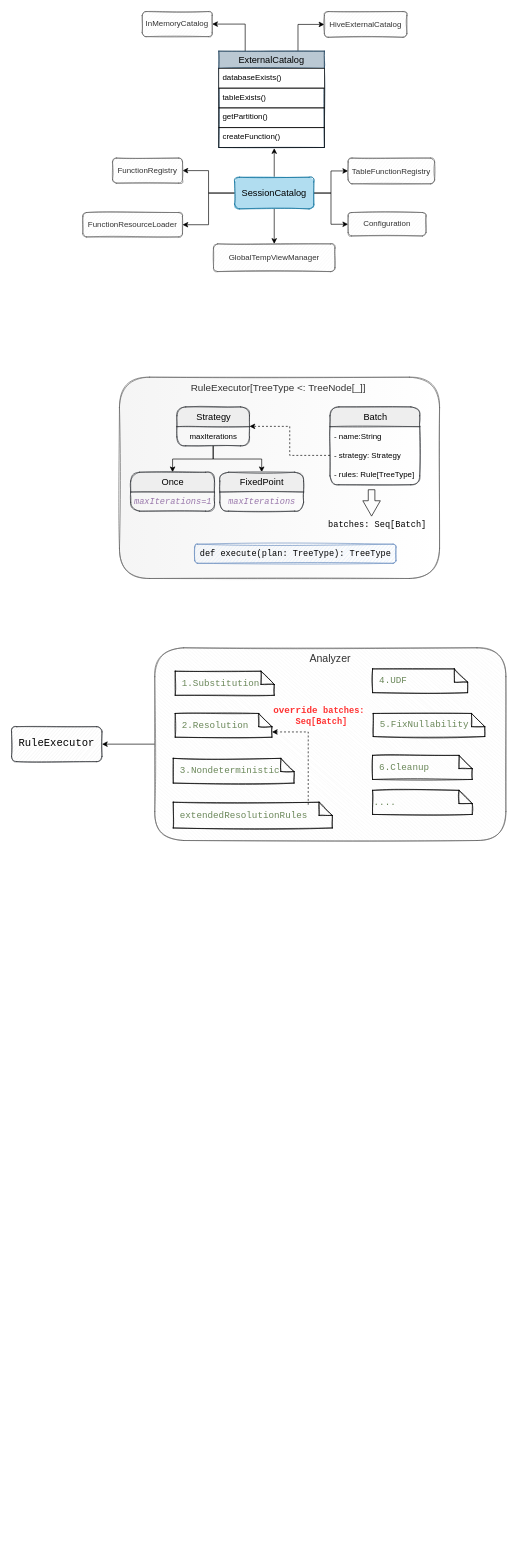
Earlier version of the draw.io diagram Analyzed_and_so_on.drawio (kirito1015/spark_source.sql). Source tidied: cells renumbered, new cells numbered last; positions are measured from the earlier drawing's top-left corner, leaving out a move shared by most shapes. Both pictures are drawn from the tidied source at 66%, with x=0, y=0 at pixel (11, 11).
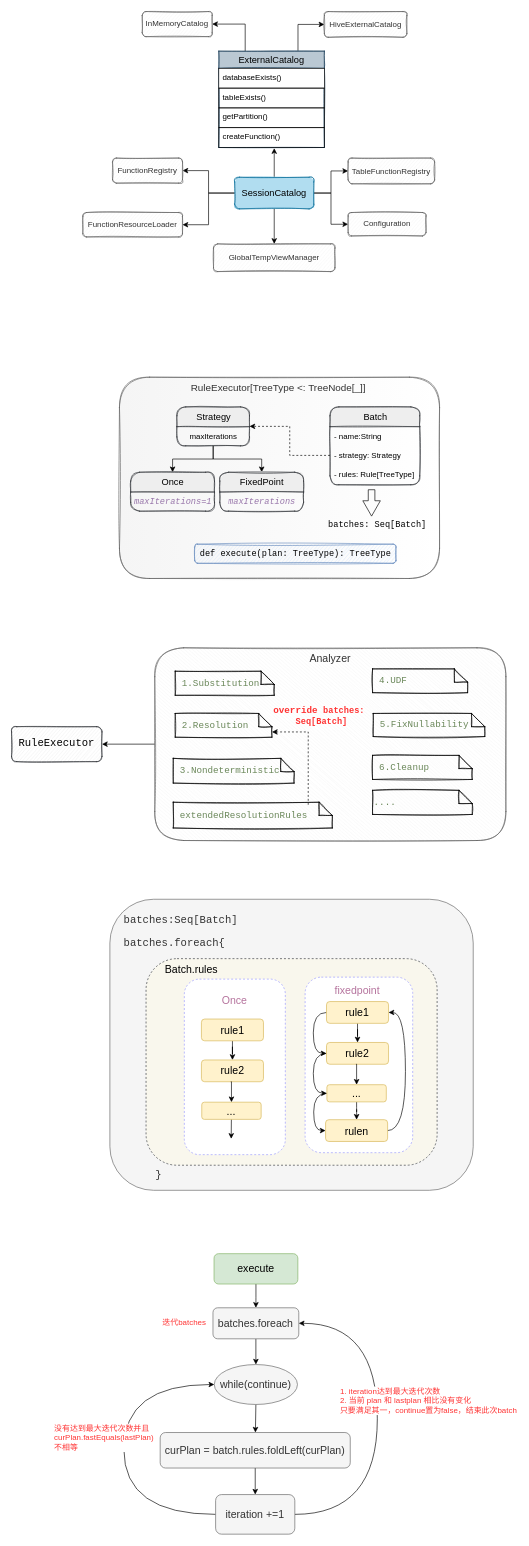
The same page after the edit.

Diff of the diagram source:
```diff
@@
+    <mxCell id="53" value="&lt;pre style=&quot;font-family: &amp;#34;jetbrains mono&amp;#34; , monospace ; font-size: 16px&quot;&gt;  batches:Seq[Batch]&lt;/pre&gt;&lt;pre style=&quot;font-family: &amp;#34;jetbrains mono&amp;#34; , monospace ; font-size: 16px&quot;&gt;  batches.foreach{&lt;/pre&gt;&lt;pre style=&quot;font-family: &amp;#34;jetbrains mono&amp;#34; , monospace ; font-size: 16px&quot;&gt;&lt;br&gt;&lt;/pre&gt;&lt;pre style=&quot;font-family: &amp;#34;jetbrains mono&amp;#34; , monospace ; font-size: 16px&quot;&gt;&lt;br&gt;&lt;/pre&gt;&lt;pre style=&quot;font-family: &amp;#34;jetbrains mono&amp;#34; , monospace ; font-size: 16px&quot;&gt;&lt;br&gt;&lt;/pre&gt;&lt;pre style=&quot;font-family: &amp;#34;jetbrains mono&amp;#34; , monospace ; font-size: 16px&quot;&gt;&lt;br&gt;&lt;/pre&gt;&lt;pre style=&quot;font-family: &amp;#34;jetbrains mono&amp;#34; , monospace ; font-size: 16px&quot;&gt;&lt;br&gt;&lt;/pre&gt;&lt;pre style=&quot;font-family: &amp;#34;jetbrains mono&amp;#34; , monospace ; font-size: 16px&quot;&gt;&lt;br&gt;&lt;/pre&gt;&lt;pre style=&quot;font-family: &amp;#34;jetbrains mono&amp;#34; , monospace ; font-size: 16px&quot;&gt;&lt;br&gt;&lt;/pre&gt;&lt;pre style=&quot;font-family: &amp;#34;jetbrains mono&amp;#34; , monospace ; font-size: 16px&quot;&gt;&lt;br&gt;&lt;/pre&gt;&lt;pre style=&quot;font-family: &amp;#34;jetbrains mono&amp;#34; , monospace ; font-size: 16px&quot;&gt;&lt;br&gt;&lt;/pre&gt;&lt;pre style=&quot;font-family: &amp;#34;jetbrains mono&amp;#34; , monospace ; font-size: 16px&quot;&gt;&lt;span style=&quot;white-space: normal&quot;&gt;&amp;nbsp; &amp;nbsp; &amp;nbsp; &amp;nbsp;}&lt;/span&gt;&lt;br&gt;&lt;/pre&gt;" style="rounded=1;whiteSpace=wrap;html=1;labelBackgroundColor=none;fontSize=16;sketch=0;shadow=0;align=left;verticalAlign=top;fillColor=#f5f5f5;strokeColor=#666666;fontColor=#333333;" parent="1" vertex="1">
+      <mxGeometry x="149" y="1345" width="550.5" height="441" as="geometry" />
+    </mxCell>
+    <mxCell id="54" value="&amp;nbsp; &amp;nbsp; &amp;nbsp; Batch.rules" style="rounded=1;whiteSpace=wrap;html=1;shadow=0;labelBackgroundColor=none;labelBorderColor=none;sketch=0;fontSize=16;align=left;verticalAlign=top;dashed=1;strokeColor=#36393d;fillColor=#f9f7ed;" parent="1" vertex="1">
+      <mxGeometry x="203.8" y="1435" width="441" height="313" as="geometry" />
+    </mxCell>
+    <mxCell id="55" style="rounded=1;whiteSpace=wrap;html=1;shadow=0;dashed=1;labelBackgroundColor=none;labelBorderColor=none;sketch=0;fontSize=16;fontColor=#B5739D;strokeColor=#9999FF;strokeWidth=1;" parent="1" vertex="1">
+      <mxGeometry x="444.8" y="1463" width="163" height="266" as="geometry" />
+    </mxCell>
+    <mxCell id="56" style="rounded=1;whiteSpace=wrap;html=1;shadow=0;dashed=1;labelBackgroundColor=none;labelBorderColor=none;sketch=0;fontSize=16;fontColor=#B5739D;strokeColor=#9999FF;strokeWidth=1;" parent="1" vertex="1">
+      <mxGeometry x="261.8" y="1466" width="153" height="266" as="geometry" />
+    </mxCell>
@@
+    <mxCell id="57" style="edgeStyle=orthogonalEdgeStyle;rounded=0;jettySize=auto;html=1;fontSize=16;fontColor=#000000;" parent="1" edge="1" source="59" target="61">
+      <mxGeometry relative="1" as="geometry" />
+    </mxCell>
+    <mxCell id="58" style="edgeStyle=orthogonalEdgeStyle;rounded=0;jettySize=auto;html=1;entryX=0;entryY=0.5;entryDx=0;entryDy=0;fontSize=16;fontColor=#000000;curved=1;exitX=0;exitY=0.5;exitDx=0;exitDy=0;" parent="1" edge="1" source="59" target="61">
+      <mxGeometry relative="1" as="geometry" />
+    </mxCell>
+    <mxCell id="59" value="&lt;font color=&quot;#000000&quot;&gt;rule1&lt;/font&gt;" style="rounded=1;whiteSpace=wrap;html=1;shadow=0;labelBackgroundColor=none;labelBorderColor=none;sketch=0;fontSize=16;fillColor=#fff2cc;strokeColor=#d6b656;" parent="1" vertex="1">
+      <mxGeometry x="477.2" y="1500" width="94" height="33" as="geometry" />
+    </mxCell>
+    <mxCell id="60" style="edgeStyle=orthogonalEdgeStyle;curved=1;rounded=0;jettySize=auto;html=1;entryX=0;entryY=0.5;entryDx=0;entryDy=0;fontSize=16;fontColor=#000000;exitX=0;exitY=0.5;exitDx=0;exitDy=0;" parent="1" edge="1" source="61" target="65">
+      <mxGeometry relative="1" as="geometry" />
+    </mxCell>
+    <mxCell id="61" value="&lt;font color=&quot;#000000&quot;&gt;rule2&lt;/font&gt;" style="rounded=1;whiteSpace=wrap;html=1;shadow=0;labelBackgroundColor=none;labelBorderColor=none;sketch=0;fontSize=16;fillColor=#fff2cc;strokeColor=#d6b656;" parent="1" vertex="1">
+      <mxGeometry x="477.2" y="1562" width="94" height="33" as="geometry" />
+    </mxCell>
+    <mxCell id="62" style="edgeStyle=orthogonalEdgeStyle;rounded=0;jettySize=auto;html=1;fontSize=16;fontColor=#000000;entryX=0.5;entryY=0;entryDx=0;entryDy=0;" parent="1" edge="1" target="65">
+      <mxGeometry relative="1" as="geometry">
+        <mxPoint x="521.8" y="1595" as="sourcePoint" />
+        <Array as="points">
+          <mxPoint x="522.8" y="1595" />
+        </Array>
+      </mxGeometry>
+    </mxCell>
+    <mxCell id="63" style="edgeStyle=orthogonalEdgeStyle;curved=1;rounded=0;jettySize=auto;html=1;fontSize=16;fontColor=#000000;" parent="1" edge="1" source="65" target="67">
+      <mxGeometry relative="1" as="geometry" />
+    </mxCell>
+    <mxCell id="64" style="edgeStyle=orthogonalEdgeStyle;curved=1;rounded=0;jettySize=auto;html=1;entryX=0;entryY=0.5;entryDx=0;entryDy=0;fontSize=16;fontColor=#000000;exitX=0;exitY=0.5;exitDx=0;exitDy=0;" parent="1" edge="1" source="65" target="67">
+      <mxGeometry relative="1" as="geometry" />
+    </mxCell>
+    <mxCell id="65" value="..." style="text;html=1;strokeColor=#d6b656;fillColor=#fff2cc;align=center;verticalAlign=middle;whiteSpace=wrap;rounded=1;shadow=0;labelBackgroundColor=none;labelBorderColor=none;sketch=0;fontSize=16;fontColor=default;" parent="1" vertex="1">
+      <mxGeometry x="477.8" y="1626" width="90" height="26" as="geometry" />
+    </mxCell>
+    <mxCell id="66" style="edgeStyle=orthogonalEdgeStyle;curved=1;rounded=0;jettySize=auto;html=1;fontSize=16;fontColor=#000000;entryX=1;entryY=0.5;entryDx=0;entryDy=0;exitX=1;exitY=0.5;exitDx=0;exitDy=0;" parent="1" edge="1" source="67" target="59">
+      <mxGeometry relative="1" as="geometry">
+        <Array as="points">
+          <mxPoint x="596.8" y="1696" />
+          <mxPoint x="596.8" y="1517" />
+        </Array>
+      </mxGeometry>
+    </mxCell>
+    <mxCell id="67" value="&lt;font color=&quot;#000000&quot;&gt;rulen&lt;/font&gt;" style="rounded=1;whiteSpace=wrap;html=1;shadow=0;labelBackgroundColor=none;labelBorderColor=none;sketch=0;fontSize=16;fillColor=#fff2cc;strokeColor=#d6b656;" parent="1" vertex="1">
+      <mxGeometry x="475.8" y="1679" width="94" height="33" as="geometry" />
+    </mxCell>
+    <mxCell id="68" style="edgeStyle=orthogonalEdgeStyle;rounded=0;jettySize=auto;html=1;fontSize=16;fontColor=#000000;" parent="1" edge="1" source="69" target="70">
+      <mxGeometry relative="1" as="geometry" />
+    </mxCell>
+    <mxCell id="69" value="&lt;font color=&quot;#000000&quot;&gt;rule1&lt;/font&gt;" style="rounded=1;whiteSpace=wrap;html=1;shadow=0;labelBackgroundColor=none;labelBorderColor=none;sketch=0;fontSize=16;fillColor=#fff2cc;strokeColor=#d6b656;" parent="1" vertex="1">
+      <mxGeometry x="287.7" y="1526.5" width="94" height="33" as="geometry" />
+    </mxCell>
+    <mxCell id="70" value="&lt;font color=&quot;#000000&quot;&gt;rule2&lt;/font&gt;" style="rounded=1;whiteSpace=wrap;html=1;shadow=0;labelBackgroundColor=none;labelBorderColor=none;sketch=0;fontSize=16;fillColor=#fff2cc;strokeColor=#d6b656;" parent="1" vertex="1">
+      <mxGeometry x="287.7" y="1588.5" width="94" height="33" as="geometry" />
+    </mxCell>
+    <mxCell id="71" style="edgeStyle=orthogonalEdgeStyle;rounded=0;jettySize=auto;html=1;fontSize=16;fontColor=#000000;entryX=0.5;entryY=0;entryDx=0;entryDy=0;" parent="1" edge="1" target="73">
+      <mxGeometry relative="1" as="geometry">
+        <mxPoint x="332.2" y="1621.5" as="sourcePoint" />
+        <Array as="points">
+          <mxPoint x="333.2" y="1621.5" />
+        </Array>
+      </mxGeometry>
+    </mxCell>
+    <mxCell id="72" style="rounded=0;jettySize=auto;html=1;fontSize=16;fontColor=#000000;" parent="1" edge="1" source="73">
+      <mxGeometry relative="1" as="geometry">
+        <mxPoint x="332.8" y="1708" as="targetPoint" />
+      </mxGeometry>
+    </mxCell>
+    <mxCell id="73" value="..." style="text;html=1;strokeColor=#d6b656;fillColor=#fff2cc;align=center;verticalAlign=middle;whiteSpace=wrap;rounded=1;shadow=0;labelBackgroundColor=none;labelBorderColor=none;sketch=0;fontSize=16;fontColor=default;" parent="1" vertex="1">
+      <mxGeometry x="288.2" y="1652.5" width="90" height="26" as="geometry" />
+    </mxCell>
+    <mxCell id="74" value="Once" style="text;html=1;strokeColor=none;fillColor=none;align=center;verticalAlign=middle;whiteSpace=wrap;rounded=0;shadow=0;dashed=1;labelBackgroundColor=none;labelBorderColor=none;sketch=0;fontSize=16;fontColor=#B5739D;" parent="1" vertex="1">
+      <mxGeometry x="308.2" y="1483" width="60" height="30" as="geometry" />
+    </mxCell>
+    <mxCell id="75" value="fixedpoint" style="text;html=1;strokeColor=none;fillColor=none;align=center;verticalAlign=middle;whiteSpace=wrap;rounded=0;shadow=0;dashed=1;labelBackgroundColor=none;labelBorderColor=none;sketch=0;fontSize=16;fontColor=#B5739D;" parent="1" vertex="1">
+      <mxGeometry x="494.2" y="1468" width="60" height="30" as="geometry" />
+    </mxCell>
+    <mxCell id="76" style="edgeStyle=orthogonalEdgeStyle;rounded=0;jettySize=auto;html=1;fontSize=16;fontColor=#B5739D;" parent="1" edge="1" source="77" target="79">
+      <mxGeometry relative="1" as="geometry" />
+    </mxCell>
+    <mxCell id="77" value="execute" style="text;html=1;strokeColor=#82b366;fillColor=#d5e8d4;align=center;verticalAlign=middle;whiteSpace=wrap;rounded=1;shadow=0;labelBackgroundColor=none;labelBorderColor=none;sketch=0;fontSize=16;" parent="1" vertex="1">
+      <mxGeometry x="306.8" y="1882" width="127" height="46" as="geometry" />
+    </mxCell>
+    <mxCell id="78" style="edgeStyle=none;rounded=0;jettySize=auto;html=1;fontSize=16;fontColor=#B5739D;" parent="1" edge="1" source="79" target="81">
+      <mxGeometry relative="1" as="geometry" />
+    </mxCell>
+    <mxCell id="79" value="batches.foreach" style="text;html=1;strokeColor=#666666;fillColor=#f5f5f5;align=center;verticalAlign=middle;whiteSpace=wrap;rounded=1;shadow=0;labelBackgroundColor=none;labelBorderColor=none;sketch=0;fontSize=16;fontColor=#333333;" parent="1" vertex="1">
+      <mxGeometry x="305.2" y="1964" width="130" height="47" as="geometry" />
+    </mxCell>
+    <mxCell id="80" style="edgeStyle=none;rounded=0;jettySize=auto;html=1;fontSize=16;fontColor=#B5739D;" parent="1" edge="1" source="81" target="83">
+      <mxGeometry relative="1" as="geometry" />
+    </mxCell>
+    <mxCell id="81" value="while(continue)" style="ellipse;whiteSpace=wrap;html=1;fontSize=16;fillColor=#f5f5f5;strokeColor=#666666;rounded=1;shadow=0;labelBackgroundColor=none;labelBorderColor=none;sketch=0;fontColor=#333333;" parent="1" vertex="1">
+      <mxGeometry x="307.2" y="2050" width="126" height="60.5" as="geometry" />
+    </mxCell>
+    <mxCell id="82" style="edgeStyle=orthogonalEdgeStyle;rounded=0;sketch=0;jettySize=auto;html=1;fontSize=16;fontColor=#B5739D;" parent="1" edge="1" source="83" target="87">
+      <mxGeometry relative="1" as="geometry" />
+    </mxCell>
+    <mxCell id="83" value="curPlan = batch.rules.foldLeft(curPlan)" style="whiteSpace=wrap;html=1;fontSize=16;fillColor=#f5f5f5;strokeColor=#666666;rounded=1;shadow=0;labelBackgroundColor=none;labelBorderColor=none;sketch=0;fontColor=#333333;" parent="1" vertex="1">
+      <mxGeometry x="225.2" y="2153" width="288" height="53.8" as="geometry" />
+    </mxCell>
+    <mxCell id="84" style="edgeStyle=orthogonalEdgeStyle;rounded=0;sketch=0;jettySize=auto;html=1;entryX=0;entryY=0.5;entryDx=0;entryDy=0;fontSize=16;fontColor=#B5739D;curved=1;exitX=0;exitY=0.5;exitDx=0;exitDy=0;" parent="1" edge="1" source="87" target="81">
+      <mxGeometry relative="1" as="geometry">
+        <Array as="points">
+          <mxPoint x="170.2" y="2277" />
+          <mxPoint x="170.2" y="2080" />
+        </Array>
+      </mxGeometry>
+    </mxCell>
+    <mxCell id="85" value="没有达到最大迭代次数并且&lt;br&gt;curPlan.fastEquals(lastPlan)&lt;br&gt;不相等" style="edgeLabel;html=1;align=left;verticalAlign=middle;fontSize=12;fontColor=#FF3333;" parent="84" vertex="1">
+      <mxGeometry x="0.17" y="-10" relative="1" as="geometry">
+        <mxPoint x="-117" y="21" as="offset" />
+      </mxGeometry>
+    </mxCell>
+    <mxCell id="86" style="edgeStyle=orthogonalEdgeStyle;curved=1;rounded=0;sketch=0;jettySize=auto;html=1;entryX=1;entryY=0.5;entryDx=0;entryDy=0;fontSize=12;fontColor=#FF3333;exitX=1;exitY=0.5;exitDx=0;exitDy=0;" parent="1" edge="1" source="87" target="79">
+      <mxGeometry relative="1" as="geometry">
+        <Array as="points">
+          <mxPoint x="554.2" y="2277" />
+          <mxPoint x="554.2" y="1987" />
+        </Array>
+      </mxGeometry>
+    </mxCell>
+    <mxCell id="87" value="iteration +=1" style="whiteSpace=wrap;html=1;fontSize=16;fillColor=#f5f5f5;strokeColor=#666666;fontColor=#333333;rounded=1;shadow=0;labelBackgroundColor=none;labelBorderColor=none;sketch=0;" parent="1" vertex="1">
+      <mxGeometry x="309.2" y="2247" width="120" height="60" as="geometry" />
+    </mxCell>
+    <mxCell id="88" value="迭代batches" style="edgeLabel;html=1;align=left;verticalAlign=middle;fontSize=12;fontColor=#FF3333;" parent="1" vertex="1">
+      <mxGeometry x="227.2" y="1985" as="geometry" />
+    </mxCell>
+    <mxCell id="89" value="1. iteration达到最大迭代次数&lt;br&gt;2. 当前 plan 和 lastplan 相比没有变化&lt;br&gt;只要满足其一，continue置为false，结束此次batch" style="edgeLabel;align=left;verticalAlign=middle;fontSize=12;fontColor=#FF3333;html=1;" parent="1" vertex="1">
+      <mxGeometry x="496.3" y="2104" as="geometry" />
+    </mxCell>
```
